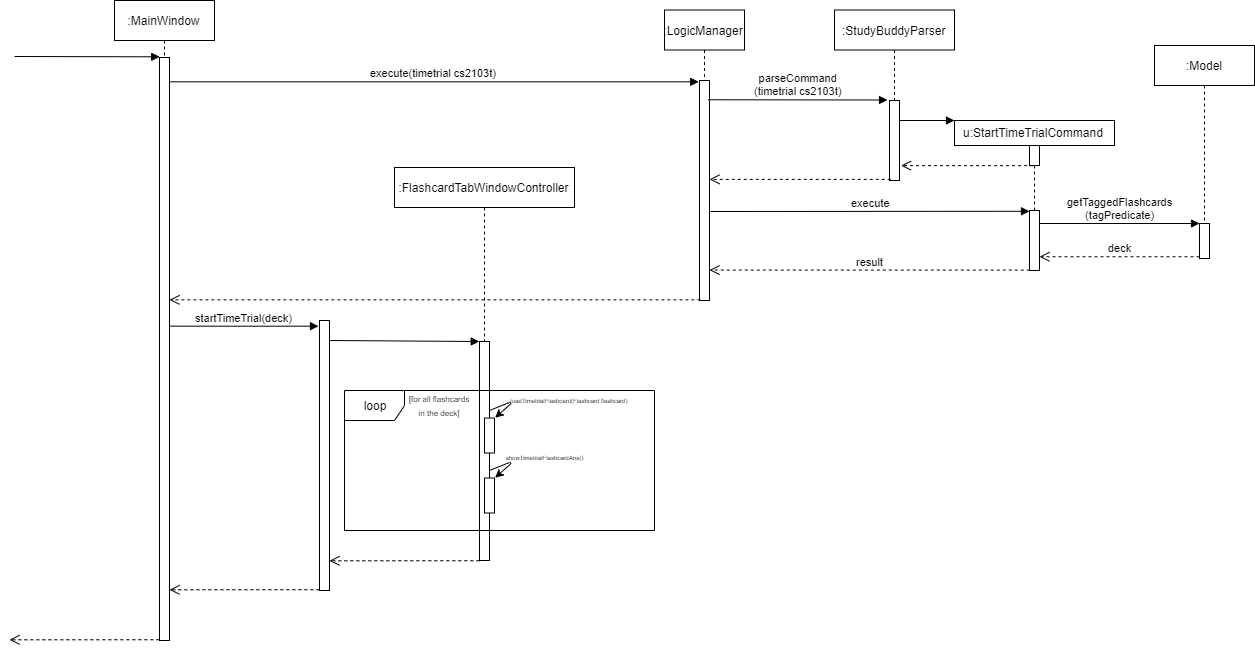
Before: images/jrImages/TimeTrialSequenceDiagram.png, a diagram exported from draw.io (AY1920S1-CS2103T-W13-3/StudyBuddyPro). Source tidied: cells renumbered, new cells last; positions are measured from the earlier drawing's top-left corner, leaving out a move shared by most shapes.
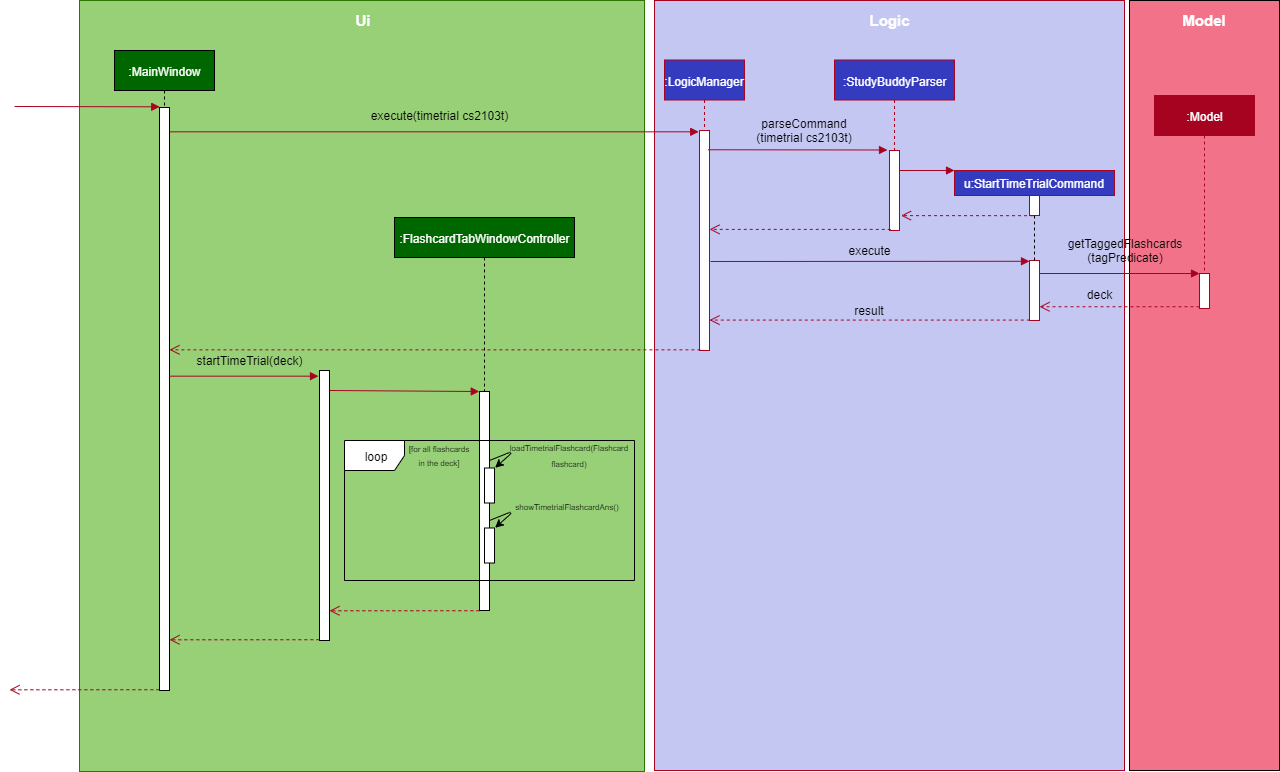
The same diagram one commit later.

The edit, as a diff of the source:
```diff
@@ -2,99 +2,108 @@
   <root>
     <mxCell id="0" />
     <mxCell id="1" parent="0" />
+    <mxCell id="41" style="rounded=0;whiteSpace=wrap;html=1;fillColor=#F27289;" parent="1" vertex="1">
+      <mxGeometry x="1120" y="-50" width="150" height="770" as="geometry" />
+    </mxCell>
+    <mxCell id="42" style="rounded=0;whiteSpace=wrap;html=1;fillColor=#C4C7F2;strokeColor=#A60321;" parent="1" vertex="1">
+      <mxGeometry x="645" y="-50" width="470" height="770" as="geometry" />
+    </mxCell>
+    <mxCell id="43" style="rounded=0;whiteSpace=wrap;html=1;fillColor=#97D077;strokeColor=#2D7600;fontColor=#ffffff;" parent="1" vertex="1">
+      <mxGeometry x="70" y="-50" width="565" height="771" as="geometry" />
+    </mxCell>
-    <mxCell id="2" value=":LogicManager" style="shape=umlLifeline;perimeter=lifelinePerimeter;whiteSpace=wrap;html=1;" parent="1" vertex="1">
+    <mxCell id="2" value="&lt;font color=&quot;#ffffff&quot;&gt;:LogicManager&lt;/font&gt;" style="shape=umlLifeline;perimeter=lifelinePerimeter;whiteSpace=wrap;html=1;fillColor=#343BBF;strokeColor=#A60321;" parent="1" vertex="1">
       <mxGeometry x="655" y="9.5" width="80" height="70" as="geometry" />
     </mxCell>
-    <mxCell id="3" value="execute(timetrial cs2103t)" style="html=1;verticalAlign=bottom;endArrow=block;entryX=-0.076;entryY=0.006;entryDx=0;entryDy=0;entryPerimeter=0;" parent="1" edge="1" source="21" target="4">
+    <mxCell id="3" style="html=1;verticalAlign=bottom;endArrow=block;entryX=-0.076;entryY=0.006;entryDx=0;entryDy=0;entryPerimeter=0;fillColor=#a20025;strokeColor=#A60321;" parent="1" edge="1" source="21" target="4">
       <mxGeometry relative="1" as="geometry" />
     </mxCell>
-    <mxCell id="4" style="html=1;points=[];perimeter=orthogonalPerimeter;" parent="1" vertex="1">
+    <mxCell id="4" style="html=1;points=[];perimeter=orthogonalPerimeter;strokeColor=#A60321;" parent="1" vertex="1">
       <mxGeometry x="690" y="80" width="10" height="220" as="geometry" />
     </mxCell>
-    <mxCell id="5" value=":StudyBuddyParser" style="html=1;perimeter=orthogonalPerimeter;shape=umlLifeline;participant=label;fontFamily=Helvetica;fontSize=12;fontColor=#000000;align=center;strokeColor=#000000;fillColor=#ffffff;" parent="1" vertex="1">
+    <mxCell id="5" value="&lt;font color=&quot;#ffffff&quot;&gt;:StudyBuddyParser&lt;/font&gt;" style="html=1;perimeter=orthogonalPerimeter;shape=umlLifeline;participant=label;fontFamily=Helvetica;fontSize=12;fontColor=#000000;align=center;strokeColor=#A60321;fillColor=#343BBF;" parent="1" vertex="1">
       <mxGeometry x="825" y="9.5" width="120" height="90" as="geometry" />
     </mxCell>
-    <mxCell id="6" style="html=1;points=[];perimeter=orthogonalPerimeter;" parent="1" vertex="1">
+    <mxCell id="6" style="html=1;points=[];perimeter=orthogonalPerimeter;strokeColor=#A60321;" parent="1" vertex="1">
       <mxGeometry x="880" y="100" width="10" height="80" as="geometry" />
     </mxCell>
-    <mxCell id="7" value="parseCommand&lt;br&gt;(timetrial cs2103t)" style="html=1;verticalAlign=bottom;endArrow=block;entryX=0;entryY=0;exitX=1.065;exitY=0.052;exitDx=0;exitDy=0;exitPerimeter=0;" parent="1" edge="1">
+    <mxCell id="7" style="html=1;verticalAlign=bottom;endArrow=block;entryX=0;entryY=0;exitX=1.065;exitY=0.052;exitDx=0;exitDy=0;exitPerimeter=0;strokeColor=#A60321;" parent="1" edge="1">
       <mxGeometry relative="1" as="geometry">
         <mxPoint x="698.6" y="99.3" as="sourcePoint" />
         <mxPoint x="878" y="99.5" as="targetPoint" />
       </mxGeometry>
     </mxCell>
-    <mxCell id="8" style="html=1;verticalAlign=bottom;endArrow=open;dashed=1;endSize=8;exitX=0.128;exitY=0.986;exitDx=0;exitDy=0;exitPerimeter=0;" parent="1" edge="1" source="6" target="4">
+    <mxCell id="8" style="html=1;verticalAlign=bottom;endArrow=open;dashed=1;endSize=8;exitX=0.128;exitY=0.986;exitDx=0;exitDy=0;exitPerimeter=0;strokeColor=#A60321;" parent="1" edge="1" source="6" target="4">
       <mxGeometry relative="1" as="geometry" />
     </mxCell>
-    <mxCell id="9" value="u:StartTimeTrialCommand" style="html=1;" parent="1" vertex="1">
+    <mxCell id="9" value="&lt;font color=&quot;#ffffff&quot;&gt;u:StartTimeTrialCommand&lt;/font&gt;" style="html=1;fillColor=#343BBF;strokeColor=#A60321;" parent="1" vertex="1">
       <mxGeometry x="945" y="120" width="160" height="25" as="geometry" />
     </mxCell>
-    <mxCell id="10" style="html=1;verticalAlign=bottom;endArrow=block;" parent="1" edge="1">
+    <mxCell id="10" style="html=1;verticalAlign=bottom;endArrow=block;strokeColor=#A60321;" parent="1" edge="1">
       <mxGeometry relative="1" as="geometry">
         <mxPoint x="890" y="120" as="sourcePoint" />
         <mxPoint x="945" y="120" as="targetPoint" />
       </mxGeometry>
     </mxCell>
-    <mxCell id="11" style="html=1;points=[];perimeter=orthogonalPerimeter;" parent="1" vertex="1">
+    <mxCell id="11" style="html=1;points=[];perimeter=orthogonalPerimeter;strokeColor=#A60321;" parent="1" vertex="1">
       <mxGeometry x="1020" y="145" width="10" height="20" as="geometry" />
     </mxCell>
-    <mxCell id="12" style="html=1;verticalAlign=bottom;endArrow=open;dashed=1;endSize=8;entryX=1.152;entryY=0.814;entryDx=0;entryDy=0;entryPerimeter=0;exitX=0.355;exitY=1.009;exitDx=0;exitDy=0;exitPerimeter=0;" parent="1" edge="1" source="11" target="6">
+    <mxCell id="12" style="html=1;verticalAlign=bottom;endArrow=open;dashed=1;endSize=8;entryX=1.152;entryY=0.814;entryDx=0;entryDy=0;entryPerimeter=0;exitX=0.355;exitY=1.009;exitDx=0;exitDy=0;exitPerimeter=0;strokeColor=#A60321;" parent="1" edge="1" source="11" target="6">
       <mxGeometry relative="1" as="geometry" />
     </mxCell>
-    <mxCell id="13" style="html=1;points=[];perimeter=orthogonalPerimeter;" parent="1" vertex="1">
+    <mxCell id="13" style="html=1;points=[];perimeter=orthogonalPerimeter;strokeColor=#A60321;" parent="1" vertex="1">
       <mxGeometry x="1020" y="210" width="10" height="60" as="geometry" />
     </mxCell>
     <mxCell id="14" style="endArrow=none;dashed=1;html=1;entryX=0.5;entryY=1.013;entryDx=0;entryDy=0;entryPerimeter=0;exitX=0.5;exitY=0;exitDx=0;exitDy=0;exitPerimeter=0;" parent="1" edge="1" source="13" target="11">
       <mxGeometry relative="1" as="geometry" />
     </mxCell>
-    <mxCell id="15" value=":Model" style="shape=umlLifeline;perimeter=lifelinePerimeter;whiteSpace=wrap;html=1;" parent="1" vertex="1">
+    <mxCell id="15" value="&lt;font color=&quot;#ffffff&quot;&gt;:Model&lt;/font&gt;" style="shape=umlLifeline;perimeter=lifelinePerimeter;whiteSpace=wrap;html=1;fillColor=#A60321;strokeColor=#A60321;" parent="1" vertex="1">
       <mxGeometry x="1145" y="45" width="100" height="176" as="geometry" />
     </mxCell>
-    <mxCell id="16" style="html=1;points=[];perimeter=orthogonalPerimeter;" parent="15" vertex="1">
+    <mxCell id="16" style="html=1;points=[];perimeter=orthogonalPerimeter;strokeColor=#A60321;" parent="15" vertex="1">
       <mxGeometry x="45" y="178" width="10" height="35" as="geometry" />
     </mxCell>
-    <mxCell id="17" value="getTaggedFlashcards&lt;br&gt;(tagPredicate)" style="html=1;verticalAlign=bottom;endArrow=block;entryX=0;entryY=0;" parent="1" edge="1" source="13" target="16">
+    <mxCell id="17" style="html=1;verticalAlign=bottom;endArrow=block;entryX=0;entryY=0;strokeColor=#A60321;" parent="1" edge="1" source="13" target="16">
       <mxGeometry relative="1" as="geometry" />
     </mxCell>
-    <mxCell id="18" value="deck" style="html=1;verticalAlign=bottom;endArrow=open;dashed=1;endSize=8;exitX=0;exitY=0.95;" parent="1" edge="1" source="16" target="13">
-      <mxGeometry relative="1" as="geometry" />
+    <mxCell id="18" style="html=1;verticalAlign=bottom;endArrow=open;dashed=1;endSize=8;exitX=0;exitY=0.95;strokeColor=#A60321;" parent="1" edge="1" source="16" target="13">
+      <mxGeometry x="-0.06" y="-16" relative="1" as="geometry" />
     </mxCell>
-    <mxCell id="19" value="execute" style="html=1;verticalAlign=bottom;endArrow=block;entryX=0;entryY=0.013;entryDx=0;entryDy=0;entryPerimeter=0;" parent="1" edge="1" target="13">
+    <mxCell id="19" style="html=1;verticalAlign=bottom;endArrow=block;entryX=0;entryY=0.013;entryDx=0;entryDy=0;entryPerimeter=0;strokeColor=#A60321;" parent="1" edge="1" target="13">
       <mxGeometry relative="1" as="geometry">
         <mxPoint x="701" y="211" as="sourcePoint" />
       </mxGeometry>
     </mxCell>
-    <mxCell id="20" value=":MainWindow" style="shape=umlLifeline;perimeter=lifelinePerimeter;whiteSpace=wrap;html=1;" parent="1" vertex="1">
+    <mxCell id="20" value="&lt;font color=&quot;#ffffff&quot;&gt;:MainWindow&lt;/font&gt;" style="shape=umlLifeline;perimeter=lifelinePerimeter;whiteSpace=wrap;html=1;fillColor=#006600;" parent="1" vertex="1">
       <mxGeometry x="105" width="100" height="101" as="geometry" />
     </mxCell>
     <mxCell id="21" style="html=1;points=[];perimeter=orthogonalPerimeter;" parent="1" vertex="1">
       <mxGeometry x="150" y="57" width="10" height="583" as="geometry" />
     </mxCell>
-    <mxCell id="22" value="result" style="html=1;verticalAlign=bottom;endArrow=open;dashed=1;endSize=8;exitX=0.029;exitY=0.993;exitDx=0;exitDy=0;exitPerimeter=0;" parent="1" edge="1" source="13" target="4">
+    <mxCell id="22" style="html=1;verticalAlign=bottom;endArrow=open;dashed=1;endSize=8;exitX=0.029;exitY=0.993;exitDx=0;exitDy=0;exitPerimeter=0;strokeColor=#A60321;" parent="1" edge="1" source="13" target="4">
       <mxGeometry relative="1" as="geometry" />
     </mxCell>
-    <mxCell id="23" value="&lt;br&gt;" style="html=1;verticalAlign=bottom;endArrow=open;dashed=1;endSize=8;exitX=0.093;exitY=0.997;exitDx=0;exitDy=0;exitPerimeter=0;" parent="1" edge="1" source="4" target="21">
+    <mxCell id="23" value="&lt;br&gt;" style="html=1;verticalAlign=bottom;endArrow=open;dashed=1;endSize=8;exitX=0.093;exitY=0.997;exitDx=0;exitDy=0;exitPerimeter=0;fillColor=#a20025;strokeColor=#A60321;" parent="1" edge="1" source="4" target="21">
       <mxGeometry relative="1" as="geometry" />
     </mxCell>
-    <mxCell id="24" value="startTimeTrial(deck)" style="html=1;verticalAlign=bottom;endArrow=block;entryX=-0.1;entryY=0.021;entryDx=0;entryDy=0;entryPerimeter=0;" parent="1" edge="1" source="21" target="25">
+    <mxCell id="24" style="html=1;verticalAlign=bottom;endArrow=block;entryX=-0.1;entryY=0.021;entryDx=0;entryDy=0;entryPerimeter=0;fillColor=#a20025;strokeColor=#A60321;" parent="1" edge="1" source="21" target="25">
       <mxGeometry relative="1" as="geometry" />
     </mxCell>
     <mxCell id="25" style="html=1;points=[];perimeter=orthogonalPerimeter;" parent="1" vertex="1">
       <mxGeometry x="310" y="320" width="10" height="270" as="geometry" />
     </mxCell>
-    <mxCell id="26" value=":FlashcardTabWindowController" style="shape=umlLifeline;perimeter=lifelinePerimeter;whiteSpace=wrap;html=1;" parent="1" vertex="1">
+    <mxCell id="26" value="&lt;font color=&quot;#ffffff&quot;&gt;:FlashcardTabWindowController&lt;/font&gt;" style="shape=umlLifeline;perimeter=lifelinePerimeter;whiteSpace=wrap;html=1;fillColor=#006600;" parent="1" vertex="1">
       <mxGeometry x="385" y="167" width="180" height="174" as="geometry" />
     </mxCell>
     <mxCell id="27" style="html=1;points=[];perimeter=orthogonalPerimeter;" parent="1" vertex="1">
       <mxGeometry x="470" y="341" width="10" height="219" as="geometry" />
     </mxCell>
-    <mxCell id="28" style="html=1;verticalAlign=bottom;endArrow=block;entryX=-0.026;entryY=0;entryDx=0;entryDy=0;entryPerimeter=0;" parent="1" edge="1" target="27">
+    <mxCell id="28" style="html=1;verticalAlign=bottom;endArrow=block;entryX=-0.026;entryY=0;entryDx=0;entryDy=0;entryPerimeter=0;fillColor=#a20025;strokeColor=#A60321;" parent="1" edge="1" target="27">
       <mxGeometry relative="1" as="geometry">
         <mxPoint x="320" y="340" as="sourcePoint" />
       </mxGeometry>
     </mxCell>
-    <mxCell id="29" value="loop" style="shape=umlFrame;whiteSpace=wrap;html=1;" parent="1" vertex="1">
-      <mxGeometry x="335" y="390" width="310" height="140" as="geometry" />
+    <mxCell id="29" value="loop" style="shape=umlFrame;whiteSpace=wrap;html=1;gradientColor=none;fillColor=#ffffff;" parent="1" vertex="1">
+      <mxGeometry x="335" y="390" width="290" height="140" as="geometry" />
     </mxCell>
     <mxCell id="30" style="rounded=0;whiteSpace=wrap;html=1;rotation=90;" parent="1" vertex="1">
       <mxGeometry x="462.5" y="430" width="35" height="10" as="geometry" />
@@ -102,7 +111,7 @@
     <mxCell id="31" style="rounded=0;whiteSpace=wrap;html=1;rotation=90;" parent="1" vertex="1">
       <mxGeometry x="462.5" y="490" width="35" height="10" as="geometry" />
     </mxCell>
-    <mxCell id="32" value="&lt;br&gt;" style="html=1;verticalAlign=bottom;endArrow=open;dashed=1;endSize=8;exitX=-0.013;exitY=1.001;exitDx=0;exitDy=0;exitPerimeter=0;entryX=1;entryY=0.89;entryDx=0;entryDy=0;entryPerimeter=0;" parent="1" edge="1" source="27" target="25">
+    <mxCell id="32" value="&lt;br&gt;" style="html=1;verticalAlign=bottom;endArrow=open;dashed=1;endSize=8;exitX=-0.013;exitY=1.001;exitDx=0;exitDy=0;exitPerimeter=0;entryX=1;entryY=0.89;entryDx=0;entryDy=0;entryPerimeter=0;fillColor=#a20025;strokeColor=#A60321;" parent="1" edge="1" source="27" target="25">
       <mxGeometry relative="1" as="geometry" />
     </mxCell>
     <mxCell id="33" style="endArrow=classic;html=1;entryX=-0.007;entryY=-0.062;entryDx=0;entryDy=0;entryPerimeter=0;" parent="1" edge="1" target="30">
@@ -122,25 +131,25 @@
         </Array>
       </mxGeometry>
     </mxCell>
-    <mxCell id="35" value="&lt;font style=&quot;font-size: 6px&quot;&gt;&lt;font style=&quot;font-size: 6px&quot;&gt;showTimetrialFlashcardAns&lt;/font&gt;()&lt;/font&gt;" style="text;html=1;strokeColor=none;fillColor=none;align=center;verticalAlign=middle;whiteSpace=wrap;rounded=0;" parent="1" vertex="1">
-      <mxGeometry x="475" y="445" width="120" height="20" as="geometry" />
+    <mxCell id="35" value="&lt;font style=&quot;font-size: 8px&quot;&gt;&lt;font style=&quot;font-size: 8px&quot;&gt;showTimetrialFlashcardAns&lt;/font&gt;()&lt;/font&gt;" style="text;html=1;strokeColor=none;fillColor=none;align=center;verticalAlign=middle;whiteSpace=wrap;rounded=0;" parent="1" vertex="1">
+      <mxGeometry x="497.5" y="445" width="120" height="20" as="geometry" />
     </mxCell>
-    <mxCell id="36" value="&lt;span style=&quot;font-size: 6px ; line-height: 120%&quot;&gt;loadTimetrialFlashcard(Flashcard flashcard)&lt;/span&gt;" style="text;html=1;strokeColor=none;fillColor=none;align=center;verticalAlign=middle;whiteSpace=wrap;rounded=0;" parent="1" vertex="1">
-      <mxGeometry x="494.5" y="390" width="130" height="16" as="geometry" />
+    <mxCell id="36" value="&lt;span style=&quot;line-height: 120%&quot;&gt;&lt;font style=&quot;font-size: 8px&quot;&gt;loadTimetrialFlashcard(Flashcard flashcard)&lt;/font&gt;&lt;/span&gt;" style="text;html=1;strokeColor=none;fillColor=none;align=center;verticalAlign=middle;whiteSpace=wrap;rounded=0;" parent="1" vertex="1">
+      <mxGeometry x="495" y="390" width="130" height="30" as="geometry" />
     </mxCell>
-    <mxCell id="37" value="&lt;br&gt;" style="html=1;verticalAlign=bottom;endArrow=open;dashed=1;endSize=8;exitX=-0.013;exitY=1.001;exitDx=0;exitDy=0;exitPerimeter=0;entryX=1;entryY=0.89;entryDx=0;entryDy=0;entryPerimeter=0;" parent="1" edge="1">
+    <mxCell id="37" value="&lt;br&gt;" style="html=1;verticalAlign=bottom;endArrow=open;dashed=1;endSize=8;exitX=-0.013;exitY=1.001;exitDx=0;exitDy=0;exitPerimeter=0;entryX=1;entryY=0.89;entryDx=0;entryDy=0;entryPerimeter=0;fillColor=#a20025;strokeColor=#A60321;" parent="1" edge="1">
       <mxGeometry relative="1" as="geometry">
         <mxPoint x="309.9" y="589.2" as="sourcePoint" />
         <mxPoint x="160" y="589.3" as="targetPoint" />
       </mxGeometry>
     </mxCell>
-    <mxCell id="38" value="&lt;br&gt;" style="html=1;verticalAlign=bottom;endArrow=open;dashed=1;endSize=8;exitX=-0.013;exitY=1.001;exitDx=0;exitDy=0;exitPerimeter=0;entryX=1;entryY=0.89;entryDx=0;entryDy=0;entryPerimeter=0;" parent="1" edge="1">
+    <mxCell id="38" value="&lt;br&gt;" style="html=1;verticalAlign=bottom;endArrow=open;dashed=1;endSize=8;exitX=-0.013;exitY=1.001;exitDx=0;exitDy=0;exitPerimeter=0;entryX=1;entryY=0.89;entryDx=0;entryDy=0;entryPerimeter=0;fillColor=#a20025;strokeColor=#A60321;" parent="1" edge="1">
       <mxGeometry relative="1" as="geometry">
         <mxPoint x="149.9" y="639.2" as="sourcePoint" />
         <mxPoint y="639.3" as="targetPoint" />
       </mxGeometry>
     </mxCell>
-    <mxCell id="39" style="html=1;verticalAlign=bottom;endArrow=block;entryX=-0.076;entryY=0.006;entryDx=0;entryDy=0;entryPerimeter=0;" parent="1" edge="1">
+    <mxCell id="39" style="html=1;verticalAlign=bottom;endArrow=block;entryX=-0.076;entryY=0.006;entryDx=0;entryDy=0;entryPerimeter=0;fillColor=#a20025;strokeColor=#A60321;" parent="1" edge="1">
       <mxGeometry x="-0.11" y="16" relative="1" as="geometry">
         <mxPoint x="5" y="56" as="sourcePoint" />
         <mxPoint x="150.2" y="56.3" as="targetPoint" />
@@ -149,5 +158,35 @@
     <mxCell id="40" value="&lt;font style=&quot;font-size: 8px&quot;&gt;[for all flashcards in the deck]&lt;/font&gt;" style="text;html=1;strokeColor=none;fillColor=none;align=center;verticalAlign=middle;whiteSpace=wrap;rounded=0;" parent="1" vertex="1">
       <mxGeometry x="395" y="398" width="70" height="12" as="geometry" />
     </mxCell>
+    <mxCell id="44" value="parseCommand&lt;br&gt;(timetrial cs2103t)" style="text;html=1;strokeColor=none;fillColor=none;align=center;verticalAlign=middle;whiteSpace=wrap;rounded=0;" parent="1" vertex="1">
+      <mxGeometry x="700" y="70" width="190" height="20" as="geometry" />
+    </mxCell>
+    <mxCell id="45" value="execute" style="text;html=1;strokeColor=none;fillColor=none;align=center;verticalAlign=middle;whiteSpace=wrap;rounded=0;" parent="1" vertex="1">
+      <mxGeometry x="765" y="190" width="190" height="20" as="geometry" />
+    </mxCell>
+    <mxCell id="46" value="result" style="text;html=1;strokeColor=none;fillColor=none;align=center;verticalAlign=middle;whiteSpace=wrap;rounded=0;" parent="1" vertex="1">
+      <mxGeometry x="765" y="250" width="190" height="20" as="geometry" />
+    </mxCell>
+    <mxCell id="47" value="deck" style="text;html=1;strokeColor=none;fillColor=none;align=center;verticalAlign=middle;whiteSpace=wrap;rounded=0;direction=south;" parent="1" vertex="1">
+      <mxGeometry x="1080" y="149" width="20" height="190" as="geometry" />
+    </mxCell>
+    <mxCell id="48" value="getTaggedFlashcards&lt;br&gt;(tagPredicate)" style="text;html=1;strokeColor=none;fillColor=none;align=center;verticalAlign=middle;whiteSpace=wrap;rounded=0;" parent="1" vertex="1">
+      <mxGeometry x="1020" y="190" width="190" height="20" as="geometry" />
+    </mxCell>
+    <mxCell id="49" value="execute(timetrial cs2103t)" style="text;html=1;strokeColor=none;fillColor=none;align=center;verticalAlign=middle;whiteSpace=wrap;rounded=0;" parent="1" vertex="1">
+      <mxGeometry x="335" y="54.5" width="190" height="20" as="geometry" />
+    </mxCell>
+    <mxCell id="50" value="startTimeTrial(deck)" style="text;html=1;strokeColor=none;fillColor=none;align=center;verticalAlign=middle;whiteSpace=wrap;rounded=0;" parent="1" vertex="1">
+      <mxGeometry x="145" y="300" width="190" height="20" as="geometry" />
+    </mxCell>
+    <mxCell id="51" value="&lt;font color=&quot;#ffffff&quot; size=&quot;1&quot;&gt;&lt;b style=&quot;font-size: 15px&quot;&gt;Ui&lt;/b&gt;&lt;/font&gt;" style="text;html=1;strokeColor=none;fillColor=none;align=center;verticalAlign=middle;whiteSpace=wrap;rounded=0;" parent="1" vertex="1">
+      <mxGeometry x="72.5" y="-40" width="560" height="20" as="geometry" />
+    </mxCell>
+    <mxCell id="52" value="&lt;b&gt;&lt;font color=&quot;#ffffff&quot; style=&quot;font-size: 15px&quot;&gt;Logic&lt;/font&gt;&lt;/b&gt;" style="text;html=1;strokeColor=none;fillColor=none;align=center;verticalAlign=middle;whiteSpace=wrap;rounded=0;" parent="1" vertex="1">
+      <mxGeometry x="645" y="-40" width="470" height="20" as="geometry" />
+    </mxCell>
+    <mxCell id="53" value="&lt;b&gt;&lt;font color=&quot;#ffffff&quot; style=&quot;font-size: 15px&quot;&gt;Model&lt;/font&gt;&lt;/b&gt;" style="text;html=1;strokeColor=none;fillColor=none;align=center;verticalAlign=middle;whiteSpace=wrap;rounded=0;" parent="1" vertex="1">
+      <mxGeometry x="1120" y="-40" width="150" height="20" as="geometry" />
+    </mxCell>
   </root>
 </mxGraphModel>
```
